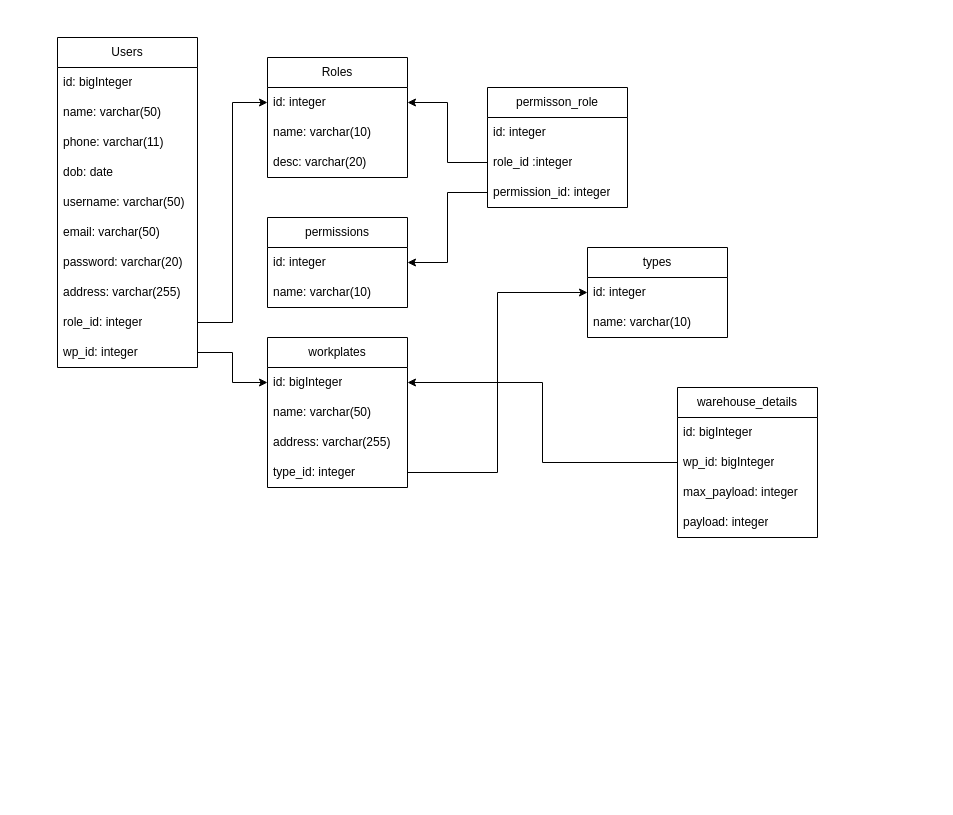
Before: so_do_DB.drawio in cuongbui1203/lms, a draw.io diagram. Source tidied: cells renumbered, new cells numbered last; positions are measured from the earlier drawing's top-left corner, leaving out a move shared by most shapes. Both pictures are drawn from the tidied source at 100%, with x=0, y=0 at pixel (57, 37).
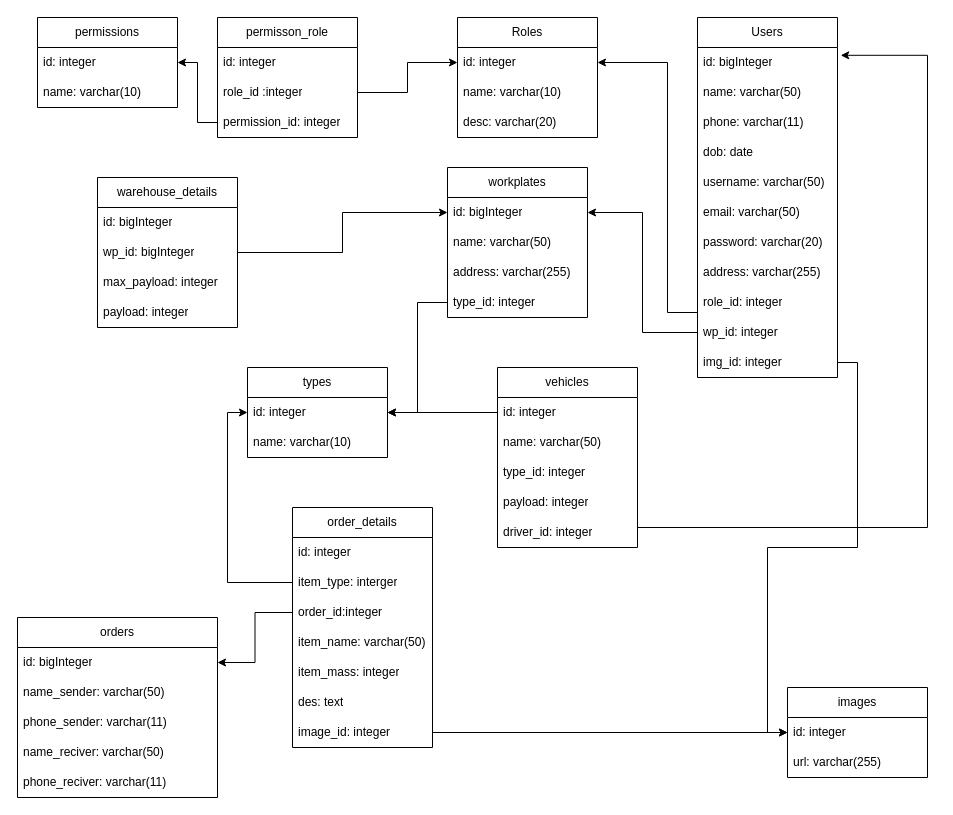
After the change.

The change refers to these unchanged cells:
```xml
<mxCell id="3" value="id: bigInteger" style="text;strokeColor=none;fillColor=none;align=left;verticalAlign=middle;spacingLeft=4;spacingRight=4;overflow=hidden;points=[[0,0.5],[1,0.5]];portConstraint=eastwest;whiteSpace=wrap;html=1;" parent="2" vertex="1">
  <mxGeometry y="30" width="140" height="30" as="geometry" />
</mxCell>
<mxCell id="11" value="role_id: integer&lt;span id=&quot;docs-internal-guid-19f2e9f1-7fff-ade6-f1e6-df4fd4063c6c&quot;&gt;&lt;/span&gt;" style="text;strokeColor=none;fillColor=none;align=left;verticalAlign=middle;spacingLeft=4;spacingRight=4;overflow=hidden;points=[[0,0.5],[1,0.5]];portConstraint=eastwest;whiteSpace=wrap;html=1;" parent="2" vertex="1">
  <mxGeometry y="270" width="140" height="30" as="geometry" />
</mxCell>
<mxCell id="12" value="wp_id: integer&lt;span id=&quot;docs-internal-guid-19f2e9f1-7fff-ade6-f1e6-df4fd4063c6c&quot;&gt;&lt;/span&gt;" style="text;strokeColor=none;fillColor=none;align=left;verticalAlign=middle;spacingLeft=4;spacingRight=4;overflow=hidden;points=[[0,0.5],[1,0.5]];portConstraint=eastwest;whiteSpace=wrap;html=1;" parent="2" vertex="1">
  <mxGeometry y="300" width="140" height="30" as="geometry" />
</mxCell>
<mxCell id="14" value="id: integer" style="text;strokeColor=none;fillColor=none;align=left;verticalAlign=middle;spacingLeft=4;spacingRight=4;overflow=hidden;points=[[0,0.5],[1,0.5]];portConstraint=eastwest;whiteSpace=wrap;html=1;" parent="13" vertex="1">
  <mxGeometry y="30" width="140" height="30" as="geometry" />
</mxCell>
<mxCell id="23" value="role_id :integer" style="text;strokeColor=none;fillColor=none;align=left;verticalAlign=middle;spacingLeft=4;spacingRight=4;overflow=hidden;points=[[0,0.5],[1,0.5]];portConstraint=eastwest;whiteSpace=wrap;html=1;" parent="21" vertex="1">
  <mxGeometry y="60" width="140" height="30" as="geometry" />
</mxCell>
<mxCell id="28" value="id: bigInteger" style="text;strokeColor=none;fillColor=none;align=left;verticalAlign=middle;spacingLeft=4;spacingRight=4;overflow=hidden;points=[[0,0.5],[1,0.5]];portConstraint=eastwest;whiteSpace=wrap;html=1;" parent="27" vertex="1">
  <mxGeometry y="30" width="140" height="30" as="geometry" />
</mxCell>
<mxCell id="33" value="id: integer" style="text;strokeColor=none;fillColor=none;align=left;verticalAlign=middle;spacingLeft=4;spacingRight=4;overflow=hidden;points=[[0,0.5],[1,0.5]];portConstraint=eastwest;whiteSpace=wrap;html=1;" parent="32" vertex="1">
  <mxGeometry y="30" width="140" height="30" as="geometry" />
</mxCell>
```

Change to the diagram source:
```diff
@@
     <mxCell id="2" value="Users" style="swimlane;fontStyle=0;horizontal=1;startSize=30;whiteSpace=wrap;html=1;" parent="1" vertex="1">
-      <mxGeometry width="140" height="330" as="geometry" />
+      <mxGeometry x="640" y="-20" width="140" height="360" as="geometry" />
     </mxCell>
@@
+    <mxCell id="43" value="img_id: integer&lt;span id=&quot;docs-internal-guid-19f2e9f1-7fff-ade6-f1e6-df4fd4063c6c&quot;&gt;&lt;/span&gt;" style="text;strokeColor=none;fillColor=none;align=left;verticalAlign=middle;spacingLeft=4;spacingRight=4;overflow=hidden;points=[[0,0.5],[1,0.5]];portConstraint=eastwest;whiteSpace=wrap;html=1;" parent="2" vertex="1">
+      <mxGeometry y="330" width="140" height="30" as="geometry" />
+    </mxCell>
     <mxCell id="13" value="Roles" style="swimlane;fontStyle=0;horizontal=1;startSize=30;whiteSpace=wrap;html=1;" parent="1" vertex="1">
-      <mxGeometry x="210" y="20" width="140" height="120" as="geometry" />
+      <mxGeometry x="400" y="-20" width="140" height="120" as="geometry" />
     </mxCell>
@@
-    <mxCell id="17" style="edgeStyle=orthogonalEdgeStyle;rounded=0;jettySize=auto;html=1;entryX=0;entryY=0.5;entryDx=0;entryDy=0;" parent="1" edge="1" source="11" target="14">
-      <mxGeometry relative="1" as="geometry" />
-    </mxCell>
     <mxCell id="18" value="permissions" style="swimlane;fontStyle=0;horizontal=1;startSize=30;whiteSpace=wrap;html=1;" parent="1" vertex="1">
-      <mxGeometry x="210" y="180" width="140" height="90" as="geometry" />
+      <mxGeometry x="-20" y="-20" width="140" height="90" as="geometry" />
     </mxCell>
@@
     <mxCell id="21" value="permisson_role" style="swimlane;fontStyle=0;horizontal=1;startSize=30;whiteSpace=wrap;html=1;" parent="1" vertex="1">
-      <mxGeometry x="430" y="50" width="140" height="120" as="geometry" />
+      <mxGeometry x="160" y="-20" width="140" height="120" as="geometry" />
     </mxCell>
@@
-    <mxCell id="25" style="edgeStyle=orthogonalEdgeStyle;rounded=0;jettySize=auto;html=1;entryX=1;entryY=0.5;entryDx=0;entryDy=0;" parent="1" edge="1" source="23" target="14">
-      <mxGeometry relative="1" as="geometry" />
-    </mxCell>
@@
     <mxCell id="27" value="workplates" style="swimlane;fontStyle=0;horizontal=1;startSize=30;whiteSpace=wrap;html=1;" parent="1" vertex="1">
-      <mxGeometry x="210" y="300" width="140" height="150" as="geometry" />
+      <mxGeometry x="390" y="130" width="140" height="150" as="geometry" />
     </mxCell>
@@
     <mxCell id="32" value="types" style="swimlane;fontStyle=0;horizontal=1;startSize=30;whiteSpace=wrap;html=1;" parent="1" vertex="1">
-      <mxGeometry x="530" y="210" width="140" height="90" as="geometry" />
+      <mxGeometry x="190" y="330" width="140" height="90" as="geometry" />
     </mxCell>
@@
     <mxCell id="36" value="warehouse_details" style="swimlane;fontStyle=0;horizontal=1;startSize=30;whiteSpace=wrap;html=1;" parent="1" vertex="1">
-      <mxGeometry x="620" y="350" width="140" height="150" as="geometry" />
+      <mxGeometry x="40" y="140" width="140" height="150" as="geometry" />
     </mxCell>
@@
+    <mxCell id="44" value="orders" style="swimlane;fontStyle=0;horizontal=1;startSize=30;whiteSpace=wrap;html=1;" parent="1" vertex="1">
+      <mxGeometry x="-40" y="580" width="200" height="180" as="geometry" />
+    </mxCell>
+    <mxCell id="45" value="id: bigInteger" style="text;strokeColor=none;fillColor=none;align=left;verticalAlign=middle;spacingLeft=4;spacingRight=4;overflow=hidden;points=[[0,0.5],[1,0.5]];portConstraint=eastwest;whiteSpace=wrap;html=1;" parent="44" vertex="1">
+      <mxGeometry y="30" width="200" height="30" as="geometry" />
+    </mxCell>
+    <mxCell id="46" value="name_sender: varchar(50)" style="text;strokeColor=none;fillColor=none;align=left;verticalAlign=middle;spacingLeft=4;spacingRight=4;overflow=hidden;whiteSpace=wrap;html=1;" parent="44" vertex="1">
+      <mxGeometry y="60" width="200" height="30" as="geometry" />
+    </mxCell>
+    <mxCell id="47" value="phone_sender: varchar(11)" style="text;strokeColor=none;fillColor=none;align=left;verticalAlign=middle;spacingLeft=4;spacingRight=4;overflow=hidden;whiteSpace=wrap;html=1;" parent="44" vertex="1">
+      <mxGeometry y="90" width="200" height="30" as="geometry" />
+    </mxCell>
+    <mxCell id="48" value="name_reciver: varchar(50)" style="text;strokeColor=none;fillColor=none;align=left;verticalAlign=middle;spacingLeft=4;spacingRight=4;overflow=hidden;whiteSpace=wrap;html=1;" parent="44" vertex="1">
+      <mxGeometry y="120" width="200" height="30" as="geometry" />
+    </mxCell>
+    <mxCell id="49" value="phone_reciver: varchar(11)" style="text;strokeColor=none;fillColor=none;align=left;verticalAlign=middle;spacingLeft=4;spacingRight=4;overflow=hidden;whiteSpace=wrap;html=1;" parent="44" vertex="1">
+      <mxGeometry y="150" width="200" height="30" as="geometry" />
+    </mxCell>
+    <mxCell id="50" value="order_details" style="swimlane;fontStyle=0;horizontal=1;startSize=30;whiteSpace=wrap;html=1;" parent="1" vertex="1">
+      <mxGeometry x="235" y="470" width="140" height="240" as="geometry" />
+    </mxCell>
+    <mxCell id="51" value="id: integer" style="text;strokeColor=none;fillColor=none;align=left;verticalAlign=middle;spacingLeft=4;spacingRight=4;overflow=hidden;whiteSpace=wrap;html=1;" parent="50" vertex="1">
+      <mxGeometry y="30" width="140" height="30" as="geometry" />
+    </mxCell>
+    <mxCell id="52" value="item_type: interger" style="text;strokeColor=none;fillColor=none;align=left;verticalAlign=middle;spacingLeft=4;spacingRight=4;overflow=hidden;points=[[0,0.5],[1,0.5]];portConstraint=eastwest;whiteSpace=wrap;html=1;" parent="50" vertex="1">
+      <mxGeometry y="60" width="140" height="30" as="geometry" />
+    </mxCell>
+    <mxCell id="53" value="order_id:integer" style="text;strokeColor=none;fillColor=none;align=left;verticalAlign=middle;spacingLeft=4;spacingRight=4;overflow=hidden;points=[[0,0.5],[1,0.5]];portConstraint=eastwest;whiteSpace=wrap;html=1;" parent="50" vertex="1">
+      <mxGeometry y="90" width="140" height="30" as="geometry" />
+    </mxCell>
+    <mxCell id="54" value="item_name: varchar(50)" style="text;strokeColor=none;fillColor=none;align=left;verticalAlign=middle;spacingLeft=4;spacingRight=4;overflow=hidden;whiteSpace=wrap;html=1;" parent="50" vertex="1">
+      <mxGeometry y="120" width="140" height="30" as="geometry" />
+    </mxCell>
+    <mxCell id="55" value="item_mass: integer" style="text;strokeColor=none;fillColor=none;align=left;verticalAlign=middle;spacingLeft=4;spacingRight=4;overflow=hidden;whiteSpace=wrap;html=1;" parent="50" vertex="1">
+      <mxGeometry y="150" width="140" height="30" as="geometry" />
+    </mxCell>
+    <mxCell id="56" value="des: text" style="text;strokeColor=none;fillColor=none;align=left;verticalAlign=middle;spacingLeft=4;spacingRight=4;overflow=hidden;whiteSpace=wrap;html=1;" parent="50" vertex="1">
+      <mxGeometry y="180" width="140" height="30" as="geometry" />
+    </mxCell>
+    <mxCell id="57" value="image_id: integer" style="text;strokeColor=none;fillColor=none;align=left;verticalAlign=middle;spacingLeft=4;spacingRight=4;overflow=hidden;points=[[0,0.5],[1,0.5]];portConstraint=eastwest;whiteSpace=wrap;html=1;" parent="50" vertex="1">
+      <mxGeometry y="210" width="140" height="30" as="geometry" />
+    </mxCell>
+    <mxCell id="58" style="edgeStyle=orthogonalEdgeStyle;rounded=0;jettySize=auto;html=1;entryX=1;entryY=0.5;entryDx=0;entryDy=0;" parent="1" edge="1" source="53" target="45">
+      <mxGeometry relative="1" as="geometry" />
+    </mxCell>
+    <mxCell id="59" style="edgeStyle=orthogonalEdgeStyle;rounded=0;jettySize=auto;html=1;entryX=0;entryY=0.5;entryDx=0;entryDy=0;" parent="1" edge="1" source="52" target="33">
+      <mxGeometry relative="1" as="geometry" />
+    </mxCell>
+    <mxCell id="60" value="images" style="swimlane;fontStyle=0;horizontal=1;startSize=30;whiteSpace=wrap;html=1;" parent="1" vertex="1">
+      <mxGeometry x="730" y="650" width="140" height="90" as="geometry" />
+    </mxCell>
+    <mxCell id="61" value="id: integer" style="text;strokeColor=none;fillColor=none;align=left;verticalAlign=middle;spacingLeft=4;spacingRight=4;overflow=hidden;points=[[0,0.5],[1,0.5]];portConstraint=eastwest;whiteSpace=wrap;html=1;" parent="60" vertex="1">
+      <mxGeometry y="30" width="140" height="30" as="geometry" />
+    </mxCell>
+    <mxCell id="62" value="url: varchar(255)" style="text;strokeColor=none;fillColor=none;align=left;verticalAlign=middle;spacingLeft=4;spacingRight=4;overflow=hidden;whiteSpace=wrap;html=1;" parent="60" vertex="1">
+      <mxGeometry y="60" width="140" height="30" as="geometry" />
+    </mxCell>
+    <mxCell id="63" style="edgeStyle=orthogonalEdgeStyle;rounded=0;jettySize=auto;html=1;entryX=0;entryY=0.5;entryDx=0;entryDy=0;" parent="1" edge="1" source="57" target="61">
+      <mxGeometry relative="1" as="geometry" />
+    </mxCell>
+    <mxCell id="64" style="edgeStyle=orthogonalEdgeStyle;rounded=0;jettySize=auto;html=1;entryX=0;entryY=0.5;entryDx=0;entryDy=0;" parent="1" edge="1" source="43" target="61">
+      <mxGeometry relative="1" as="geometry" />
+    </mxCell>
+    <mxCell id="25" style="edgeStyle=orthogonalEdgeStyle;rounded=0;jettySize=auto;html=1;entryX=0;entryY=0.5;entryDx=0;entryDy=0;" parent="1" edge="1" source="23" target="14">
+      <mxGeometry relative="1" as="geometry" />
+    </mxCell>
+    <mxCell id="17" style="edgeStyle=orthogonalEdgeStyle;rounded=0;jettySize=auto;html=1;entryX=1;entryY=0.5;entryDx=0;entryDy=0;" parent="1" edge="1" source="11" target="14">
+      <mxGeometry relative="1" as="geometry">
+        <Array as="points">
+          <mxPoint x="610" y="275" />
+          <mxPoint x="610" y="25" />
+        </Array>
+      </mxGeometry>
+    </mxCell>
-    <mxCell id="42" style="edgeStyle=orthogonalEdgeStyle;rounded=0;jettySize=auto;html=1;entryX=0;entryY=0.5;entryDx=0;entryDy=0;" parent="1" edge="1" source="12" target="28">
+    <mxCell id="42" style="edgeStyle=orthogonalEdgeStyle;rounded=0;jettySize=auto;html=1;entryX=1;entryY=0.5;entryDx=0;entryDy=0;" parent="1" edge="1" source="12" target="28">
       <mxGeometry relative="1" as="geometry" />
     </mxCell>
+    <mxCell id="65" value="vehicles" style="swimlane;fontStyle=0;horizontal=1;startSize=30;whiteSpace=wrap;html=1;" parent="1" vertex="1">
+      <mxGeometry x="440" y="330" width="140" height="180" as="geometry" />
+    </mxCell>
+    <mxCell id="66" value="id: integer" style="text;strokeColor=none;fillColor=none;align=left;verticalAlign=middle;spacingLeft=4;spacingRight=4;overflow=hidden;points=[[0,0.5],[1,0.5]];portConstraint=eastwest;whiteSpace=wrap;html=1;" parent="65" vertex="1">
+      <mxGeometry y="30" width="140" height="30" as="geometry" />
+    </mxCell>
+    <mxCell id="67" value="name: varchar(50)" style="text;strokeColor=none;fillColor=none;align=left;verticalAlign=middle;spacingLeft=4;spacingRight=4;overflow=hidden;whiteSpace=wrap;html=1;" parent="65" vertex="1">
+      <mxGeometry y="60" width="140" height="30" as="geometry" />
+    </mxCell>
+    <mxCell id="68" value="type_id: integer" style="text;strokeColor=none;fillColor=none;align=left;verticalAlign=middle;spacingLeft=4;spacingRight=4;overflow=hidden;whiteSpace=wrap;html=1;" parent="65" vertex="1">
+      <mxGeometry y="90" width="140" height="30" as="geometry" />
+    </mxCell>
+    <mxCell id="69" value="payload: integer" style="text;strokeColor=none;fillColor=none;align=left;verticalAlign=middle;spacingLeft=4;spacingRight=4;overflow=hidden;whiteSpace=wrap;html=1;" parent="65" vertex="1">
+      <mxGeometry y="120" width="140" height="30" as="geometry" />
+    </mxCell>
+    <mxCell id="70" value="driver_id: integer" style="text;strokeColor=none;fillColor=none;align=left;verticalAlign=middle;spacingLeft=4;spacingRight=4;overflow=hidden;points=[[0,0.5],[1,0.5]];portConstraint=eastwest;whiteSpace=wrap;html=1;" parent="65" vertex="1">
+      <mxGeometry y="150" width="140" height="30" as="geometry" />
+    </mxCell>
+    <mxCell id="71" style="edgeStyle=orthogonalEdgeStyle;rounded=0;jettySize=auto;html=1;entryX=1;entryY=0.5;entryDx=0;entryDy=0;" parent="1" edge="1" source="66" target="33">
+      <mxGeometry relative="1" as="geometry" />
+    </mxCell>
+    <mxCell id="72" style="edgeStyle=orthogonalEdgeStyle;rounded=0;jettySize=auto;html=1;entryX=1.023;entryY=0.26;entryDx=0;entryDy=0;entryPerimeter=0;" parent="1" edge="1" source="70" target="3">
+      <mxGeometry relative="1" as="geometry">
+        <Array as="points">
+          <mxPoint x="870" y="490" />
+          <mxPoint x="870" y="18" />
+        </Array>
+      </mxGeometry>
+    </mxCell>
```
